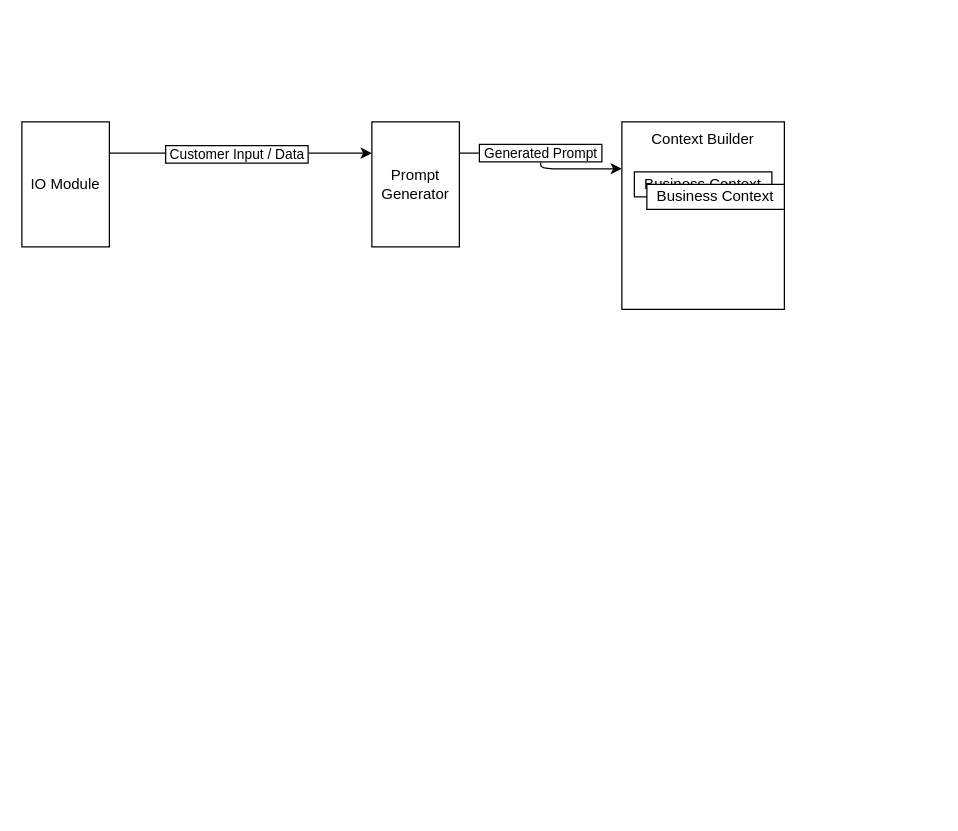
This is page "Generic Architecture" (1 of 2) of GenericGenAIProject.drawio from ntngupta3515/1_chatbot_using_genai, a draw.io file, before an edit. Source tidied: cells renumbered, new cells numbered last; positions are measured from the earlier drawing's top-left corner, leaving out a move shared by most shapes. Both pictures are drawn from the tidied source at 125%, with x=0, y=0 at pixel (21, 121).
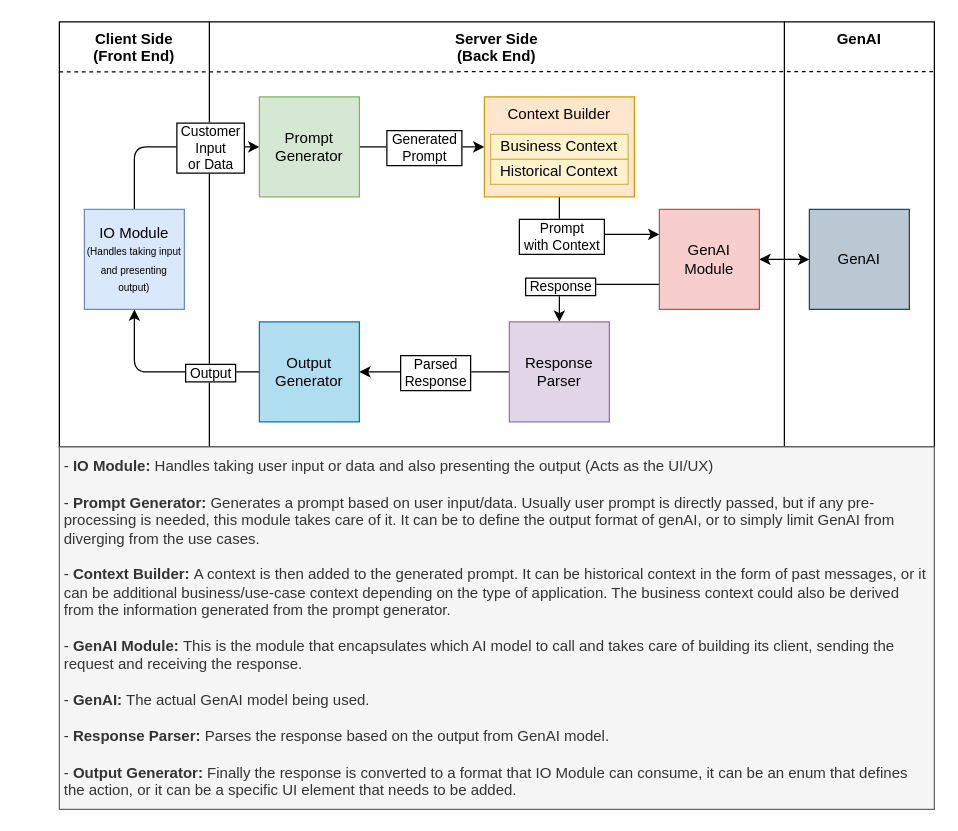
Above is the later version.

The edit, as a diff of the source:
```diff
@@
+    <mxCell id="11" value="&lt;div&gt;&lt;b style=&quot;background-color: initial;&quot;&gt;GenAI&lt;/b&gt;&lt;/div&gt;" style="rounded=0;whiteSpace=wrap;html=1;verticalAlign=top;" parent="1" vertex="1">
+      <mxGeometry x="610" y="-80" width="120" height="340" as="geometry" />
+    </mxCell>
+    <mxCell id="12" value="&lt;b&gt;Server Side&lt;/b&gt;&lt;div&gt;&lt;b&gt;(Back End)&lt;/b&gt;&lt;/div&gt;" style="rounded=0;whiteSpace=wrap;html=1;verticalAlign=top;" parent="1" vertex="1">
+      <mxGeometry x="150" y="-80" width="460" height="340" as="geometry" />
+    </mxCell>
+    <mxCell id="13" value="&lt;b&gt;Client Side&lt;/b&gt;&lt;div&gt;&lt;b&gt;(Front End)&lt;/b&gt;&lt;/div&gt;" style="rounded=0;whiteSpace=wrap;html=1;verticalAlign=top;" parent="1" vertex="1">
+      <mxGeometry x="30" y="-80" width="120" height="340" as="geometry" />
+    </mxCell>
-    <mxCell id="2" style="edgeStyle=orthogonalEdgeStyle;rounded=1;jettySize=auto;html=1;exitX=1;exitY=0.25;exitDx=0;exitDy=0;entryX=0;entryY=0.25;entryDx=0;entryDy=0;curved=0;" parent="1" edge="1" source="4" target="7">
+    <mxCell id="2" style="edgeStyle=orthogonalEdgeStyle;rounded=1;jettySize=auto;html=1;exitX=0.5;exitY=0;exitDx=0;exitDy=0;entryX=0;entryY=0.5;entryDx=0;entryDy=0;curved=0;" parent="1" edge="1" source="4" target="7">
       <mxGeometry relative="1" as="geometry" />
     </mxCell>
-    <mxCell id="3" value="&amp;nbsp;Customer Input / Data&amp;nbsp;" style="edgeLabel;html=1;align=center;verticalAlign=middle;labelBorderColor=default;" parent="2" vertex="1">
+    <mxCell id="3" value="&amp;nbsp;Customer&amp;nbsp;&lt;div&gt;Input&lt;div&gt;or Data&lt;/div&gt;&lt;/div&gt;" style="edgeLabel;html=1;align=center;verticalAlign=middle;labelBorderColor=default;" parent="2" vertex="1">
       <mxGeometry x="-0.41" relative="1" as="geometry">
-        <mxPoint x="39" as="offset" />
+        <mxPoint x="60" y="-6" as="offset" />
       </mxGeometry>
     </mxCell>
-    <mxCell id="4" value="IO Module" style="rounded=0;whiteSpace=wrap;html=1;" parent="1" vertex="1">
-      <mxGeometry width="70" height="100" as="geometry" />
+    <mxCell id="4" value="IO Module&lt;div&gt;&lt;font style=&quot;font-size: 8px;&quot;&gt;(Handles taking input and presenting output)&lt;/font&gt;&lt;/div&gt;" style="rounded=0;whiteSpace=wrap;html=1;fillColor=#dae8fc;strokeColor=#6c8ebf;" parent="1" vertex="1">
+      <mxGeometry x="50" y="70" width="80" height="80" as="geometry" />
     </mxCell>
-    <mxCell id="5" style="edgeStyle=orthogonalEdgeStyle;rounded=1;jettySize=auto;html=1;exitX=1;exitY=0.25;exitDx=0;exitDy=0;entryX=0;entryY=0.25;entryDx=0;entryDy=0;curved=0;" parent="1" edge="1" source="7" target="8">
+    <mxCell id="5" style="edgeStyle=orthogonalEdgeStyle;rounded=1;jettySize=auto;html=1;exitX=1;exitY=0.5;exitDx=0;exitDy=0;entryX=0;entryY=0.5;entryDx=0;entryDy=0;curved=0;" parent="1" edge="1" source="7" target="8">
       <mxGeometry relative="1" as="geometry" />
     </mxCell>
-    <mxCell id="6" value="&amp;nbsp;Generated Prompt&amp;nbsp;" style="edgeLabel;html=1;align=center;verticalAlign=middle;labelBorderColor=default;" parent="5" vertex="1">
+    <mxCell id="6" value="&amp;nbsp;Generated&amp;nbsp;&lt;div&gt;Prompt&lt;/div&gt;" style="edgeLabel;html=1;align=center;verticalAlign=middle;labelBorderColor=default;" parent="5" vertex="1">
       <mxGeometry x="-0.38" y="-4" relative="1" as="geometry">
-        <mxPoint x="20" y="-5" as="offset" />
+        <mxPoint x="20" y="-4" as="offset" />
       </mxGeometry>
     </mxCell>
-    <mxCell id="7" value="Prompt Generator" style="rounded=0;whiteSpace=wrap;html=1;" parent="1" vertex="1">
-      <mxGeometry x="280" width="70" height="100" as="geometry" />
+    <mxCell id="7" value="Prompt Generator" style="rounded=0;whiteSpace=wrap;html=1;fillColor=#d5e8d4;strokeColor=#82b366;" parent="1" vertex="1">
+      <mxGeometry x="190" y="-20" width="80" height="80" as="geometry" />
     </mxCell>
+    <mxCell id="14" style="edgeStyle=orthogonalEdgeStyle;rounded=1;jettySize=auto;html=1;exitX=0.5;exitY=1;exitDx=0;exitDy=0;entryX=0;entryY=0.25;entryDx=0;entryDy=0;curved=0;" parent="1" edge="1" source="8" target="19">
+      <mxGeometry relative="1" as="geometry" />
+    </mxCell>
+    <mxCell id="15" value="&amp;nbsp;Prompt&amp;nbsp;&lt;div&gt;&amp;nbsp;with Context&amp;nbsp;&lt;/div&gt;" style="edgeLabel;html=1;align=center;verticalAlign=middle;labelBorderColor=default;" parent="14" vertex="1">
+      <mxGeometry x="-0.14" y="-1" relative="1" as="geometry">
+        <mxPoint x="-16" as="offset" />
+      </mxGeometry>
+    </mxCell>
-    <mxCell id="8" value="Context Builder" style="rounded=0;whiteSpace=wrap;html=1;labelPosition=center;verticalLabelPosition=middle;align=center;verticalAlign=top;" parent="1" vertex="1">
-      <mxGeometry x="480" width="130" height="150" as="geometry" />
+    <mxCell id="8" value="Context Builder" style="rounded=0;whiteSpace=wrap;html=1;labelPosition=center;verticalLabelPosition=middle;align=center;verticalAlign=top;fillColor=#ffe6cc;strokeColor=#d79b00;" parent="1" vertex="1">
+      <mxGeometry x="370" y="-20" width="120" height="80" as="geometry" />
     </mxCell>
-    <mxCell id="9" value="Business Context" style="rounded=0;whiteSpace=wrap;html=1;" parent="1" vertex="1">
-      <mxGeometry x="490" y="40" width="110" height="20" as="geometry" />
+    <mxCell id="9" value="Business Context" style="rounded=0;whiteSpace=wrap;html=1;fillColor=#fff2cc;strokeColor=#d6b656;" parent="1" vertex="1">
+      <mxGeometry x="375" y="10" width="110" height="20" as="geometry" />
     </mxCell>
-    <mxCell id="10" value="Business Context" style="rounded=0;whiteSpace=wrap;html=1;" parent="1" vertex="1">
-      <mxGeometry x="500" y="50" width="110" height="20" as="geometry" />
+    <mxCell id="10" value="Historical Context" style="rounded=0;whiteSpace=wrap;html=1;fillColor=#fff2cc;strokeColor=#d6b656;" parent="1" vertex="1">
+      <mxGeometry x="375" y="30" width="110" height="20" as="geometry" />
     </mxCell>
+    <mxCell id="16" style="edgeStyle=orthogonalEdgeStyle;rounded=1;jettySize=auto;html=1;exitX=0;exitY=0.75;exitDx=0;exitDy=0;entryX=0.5;entryY=0;entryDx=0;entryDy=0;curved=0;" parent="1" edge="1" source="19" target="22">
+      <mxGeometry relative="1" as="geometry" />
+    </mxCell>
+    <mxCell id="17" value="&amp;nbsp;Response&amp;nbsp;" style="edgeLabel;html=1;align=center;verticalAlign=middle;labelBorderColor=default;" parent="16" vertex="1">
+      <mxGeometry x="0.13" y="1" relative="1" as="geometry">
+        <mxPoint x="-18" as="offset" />
+      </mxGeometry>
+    </mxCell>
+    <mxCell id="18" style="edgeStyle=orthogonalEdgeStyle;rounded=0;jettySize=auto;html=1;exitX=1;exitY=0.5;exitDx=0;exitDy=0;entryX=0;entryY=0.5;entryDx=0;entryDy=0;startArrow=classic;startFill=1;" parent="1" edge="1" source="19" target="26">
+      <mxGeometry relative="1" as="geometry" />
+    </mxCell>
+    <mxCell id="19" value="GenAI&lt;div&gt;Module&lt;/div&gt;" style="rounded=0;whiteSpace=wrap;html=1;fillColor=#f8cecc;strokeColor=#b85450;" parent="1" vertex="1">
+      <mxGeometry x="510" y="70" width="80" height="80" as="geometry" />
+    </mxCell>
+    <mxCell id="20" style="edgeStyle=orthogonalEdgeStyle;rounded=0;jettySize=auto;html=1;exitX=0;exitY=0.5;exitDx=0;exitDy=0;entryX=1;entryY=0.5;entryDx=0;entryDy=0;" parent="1" edge="1" source="22" target="25">
+      <mxGeometry relative="1" as="geometry" />
+    </mxCell>
+    <mxCell id="21" value="&amp;nbsp;Parsed&amp;nbsp;&lt;div&gt;&amp;nbsp;Response&amp;nbsp;&lt;/div&gt;" style="edgeLabel;html=1;align=center;verticalAlign=middle;labelBorderColor=default;" parent="20" vertex="1">
+      <mxGeometry x="0.2" y="-2" relative="1" as="geometry">
+        <mxPoint x="12" y="2" as="offset" />
+      </mxGeometry>
+    </mxCell>
+    <mxCell id="22" value="Response&lt;div&gt;&lt;span style=&quot;background-color: initial;&quot;&gt;Parser&lt;/span&gt;&lt;/div&gt;" style="rounded=0;whiteSpace=wrap;html=1;fillColor=#e1d5e7;strokeColor=#9673a6;" parent="1" vertex="1">
+      <mxGeometry x="390" y="160" width="80" height="80" as="geometry" />
+    </mxCell>
+    <mxCell id="23" style="edgeStyle=orthogonalEdgeStyle;rounded=1;jettySize=auto;html=1;exitX=0;exitY=0.5;exitDx=0;exitDy=0;entryX=0.5;entryY=1;entryDx=0;entryDy=0;curved=0;" parent="1" edge="1" source="25" target="4">
+      <mxGeometry relative="1" as="geometry" />
+    </mxCell>
+    <mxCell id="24" value="&amp;nbsp;Output&amp;nbsp;" style="edgeLabel;html=1;align=center;verticalAlign=middle;labelBorderColor=default;" parent="23" vertex="1">
+      <mxGeometry x="-0.2" y="-1" relative="1" as="geometry">
+        <mxPoint x="20" y="1" as="offset" />
+      </mxGeometry>
+    </mxCell>
+    <mxCell id="25" value="Output Generator" style="rounded=0;whiteSpace=wrap;html=1;fillColor=#b1ddf0;strokeColor=#10739e;" parent="1" vertex="1">
+      <mxGeometry x="190" y="160" width="80" height="80" as="geometry" />
+    </mxCell>
+    <mxCell id="26" value="GenAI" style="rounded=0;whiteSpace=wrap;html=1;fillColor=#bac8d3;strokeColor=#23445d;" parent="1" vertex="1">
+      <mxGeometry x="630" y="70" width="80" height="80" as="geometry" />
+    </mxCell>
+    <mxCell id="27" style="endArrow=none;dashed=1;html=1;rounded=0;entryX=0.998;entryY=0.117;entryDx=0;entryDy=0;entryPerimeter=0;" parent="1" edge="1" target="11">
+      <mxGeometry relative="1" as="geometry">
+        <mxPoint x="30" y="-40" as="sourcePoint" />
+      </mxGeometry>
+    </mxCell>
+    <mxCell id="28" value="- &lt;b&gt;IO Module:&lt;/b&gt; Handles taking user input or data and also presenting the output (Acts as the UI/UX)&lt;div&gt;&lt;br&gt;&lt;div&gt;- &lt;b&gt;Prompt Generator:&lt;/b&gt;&amp;nbsp;Generates a prompt based on user input/data. Usually user prompt is directly passed, but if any pre-processing is needed, this module takes care of it. It can be to define the output format of genAI, or to simply limit GenAI from diverging from the use cases.&lt;/div&gt;&lt;div&gt;&lt;br&gt;&lt;/div&gt;&lt;div&gt;- &lt;b&gt;Context Builder: &lt;/b&gt;A context is then added to the generated prompt. It can be historical context in the form of past messages, or it can be additional business/use-case context depending on the type of application. The business context could also be derived from the information generated from the prompt generator.&lt;/div&gt;&lt;div&gt;&lt;br&gt;&lt;/div&gt;&lt;div&gt;- &lt;b&gt;GenAI Module:&lt;/b&gt;&amp;nbsp;This is the module that encapsulates which AI model to call and takes care of building its client, sending the request and receiving the response.&lt;/div&gt;&lt;div&gt;&lt;br&gt;&lt;/div&gt;&lt;div&gt;- &lt;b&gt;GenAI:&lt;/b&gt; The actual GenAI model being used.&lt;/div&gt;&lt;div&gt;&lt;br&gt;&lt;/div&gt;&lt;div&gt;- &lt;b&gt;Response Parser:&lt;/b&gt;&amp;nbsp;Parses the response based on the output from GenAI model.&amp;nbsp;&lt;/div&gt;&lt;div&gt;&lt;br&gt;&lt;/div&gt;&lt;div&gt;- &lt;b&gt;Output Generator:&lt;/b&gt;&amp;nbsp;Finally the response is converted to a format that IO Module can consume, it can be an enum that defines the action, or it can be a specific UI element that needs to be added.&lt;/div&gt;&lt;/div&gt;" style="rounded=0;whiteSpace=wrap;html=1;fillColor=#f5f5f5;fontColor=#333333;strokeColor=#666666;verticalAlign=top;align=left;spacingLeft=2;spacingRight=2;spacingBottom=2;spacingTop=2;" parent="1" vertex="1">
+      <mxGeometry x="30" y="260" width="700" height="290" as="geometry" />
+    </mxCell>
```
